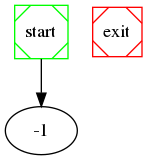
This is raw_graph.dot.png from NabeelQaiser/BTP_2k18-19, a Graphviz export, as it was before one commit. Its source is kept beside it as raw_graph.dot.
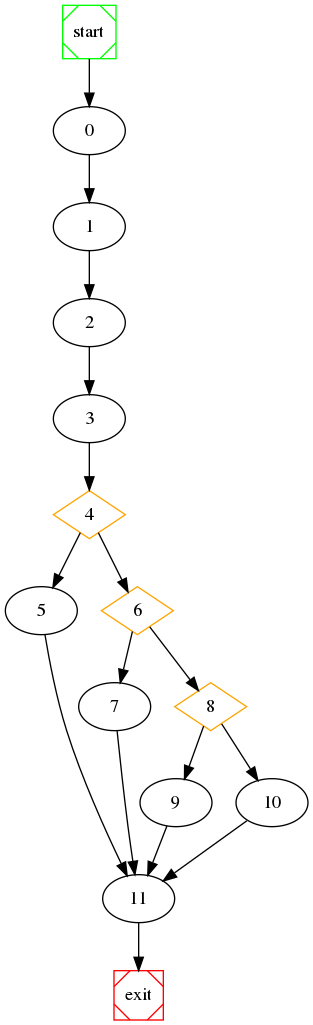
Later version of the same file.

Change to the diagram source:
```diff
@@ -1,6 +1,24 @@
 
 digraph G {
-	start -> -1;
+	start -> 0;
+	0 -> 1 ;
+	1 -> 2 ;
+	2 -> 3 ;
+	4 [shape=diamond, color=orange] ;
+	4 -> 5 ;
+	6 [shape=diamond, color=orange] ;
+	4 -> 6 ;
+	6 -> 7 ;
+	8 [shape=diamond, color=orange] ;
+	6 -> 8 ;
+	8 -> 9 ;
+	8 -> 10 ;
+	3 -> 4 ;
+	7 -> 11 ;
+	5 -> 11 ;
+	10 -> 11 ;
+	9 -> 11 ;
+	11 -> exit;
 
 	start [shape=Msquare, color=green];
 	exit [shape=Msquare, color=red];
```
